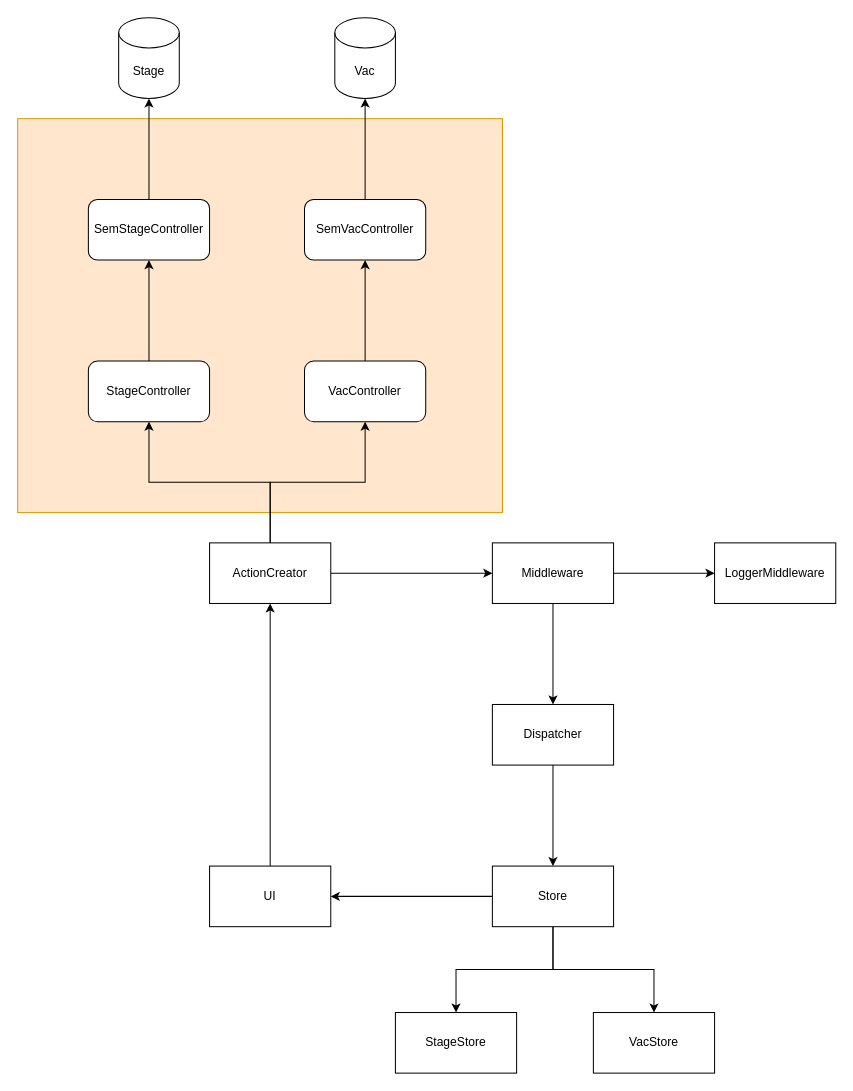
Above: page "Qt Flux" (5 of 5) of 系统结构图.drawio in SolarAA-11/drawio (draw.io), before the change. Source tidied: cells renumbered, new cells numbered last; positions are measured from the earlier drawing's top-left corner, leaving out a move shared by most shapes. Both pictures are drawn from the tidied source at 101%, with x=0, y=0 at pixel (17, 17).
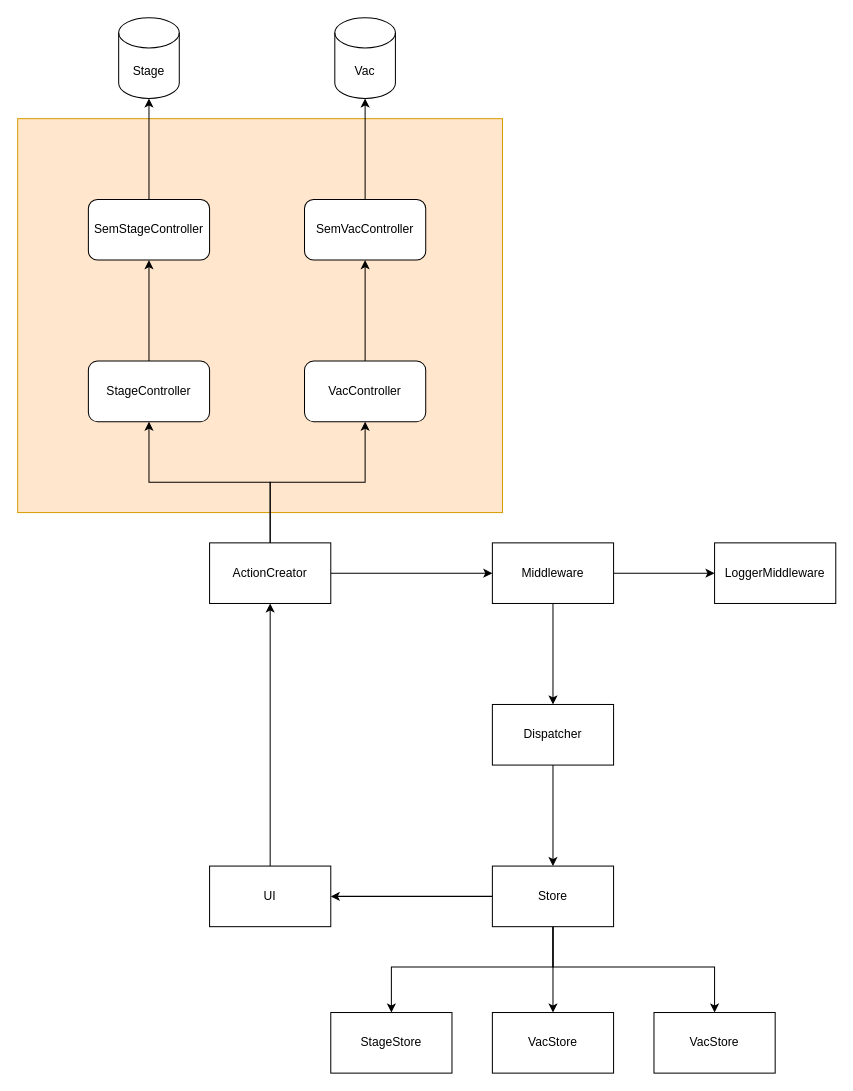
The same diagram, later.

Commit message:
更新系统结构图.drawio

The change refers to these unchanged cells:
```xml
<mxCell id="8" value="Store" style="rounded=0;whiteSpace=wrap;html=1;" parent="1" vertex="1">
  <mxGeometry x="470" y="840" width="120" height="60" as="geometry" />
</mxCell>
```

The edit, as a diff of the source:
```diff
@@
     <mxCell id="6" style="edgeStyle=orthogonalEdgeStyle;rounded=0;jettySize=auto;html=1;entryX=0.5;entryY=0;entryDx=0;entryDy=0;" parent="1" edge="1" source="8" target="27">
-      <mxGeometry relative="1" as="geometry" />
+      <mxGeometry relative="1" as="geometry">
+        <Array as="points">
+          <mxPoint x="530" y="940" />
+          <mxPoint x="370" y="940" />
+        </Array>
+      </mxGeometry>
     </mxCell>
-    <mxCell id="7" style="edgeStyle=orthogonalEdgeStyle;rounded=0;jettySize=auto;html=1;" parent="1" edge="1" source="8" target="28">
+    <mxCell id="7" style="edgeStyle=orthogonalEdgeStyle;rounded=0;jettySize=auto;html=1;entryX=0.5;entryY=0;entryDx=0;entryDy=0;" parent="1" edge="1" source="8" target="28">
       <mxGeometry relative="1" as="geometry" />
     </mxCell>
+    <mxCell id="31" style="edgeStyle=orthogonalEdgeStyle;rounded=0;jettySize=auto;html=1;entryX=0.5;entryY=0;entryDx=0;entryDy=0;" parent="1" edge="1" source="8" target="32">
+      <mxGeometry relative="1" as="geometry">
+        <Array as="points">
+          <mxPoint x="530" y="940" />
+          <mxPoint x="690" y="940" />
+        </Array>
+      </mxGeometry>
+    </mxCell>
@@
     <mxCell id="27" value="StageStore" style="rounded=0;whiteSpace=wrap;html=1;" parent="1" vertex="1">
-      <mxGeometry x="374" y="985" width="120" height="60" as="geometry" />
+      <mxGeometry x="310" y="985" width="120" height="60" as="geometry" />
     </mxCell>
     <mxCell id="28" value="VacStore" style="rounded=0;whiteSpace=wrap;html=1;" parent="1" vertex="1">
-      <mxGeometry x="570" y="985" width="120" height="60" as="geometry" />
+      <mxGeometry x="470" y="985" width="120" height="60" as="geometry" />
     </mxCell>
@@
+    <mxCell id="32" value="VacStore" style="rounded=0;whiteSpace=wrap;html=1;" parent="1" vertex="1">
+      <mxGeometry x="630" y="985" width="120" height="60" as="geometry" />
+    </mxCell>
```
